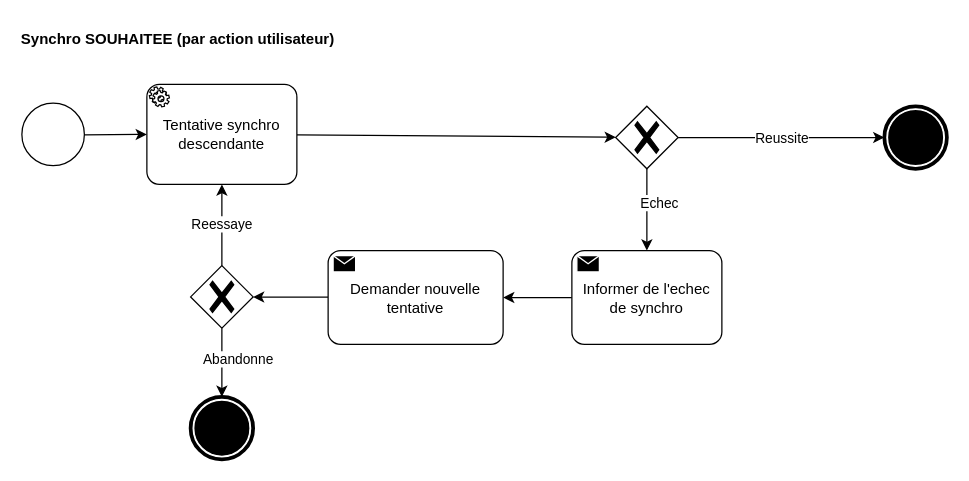
projetDansLaMontagne/Valpineta keeps this draw.io diagram as Documentation/Sous_taches/BPMN-ST-Synchro_descendante.drawio. Above is the earlier version. Source tidied: cells renumbered, new cells numbered last; positions are measured from the earlier drawing's top-left corner, leaving out a move shared by most shapes. Both pictures are drawn from the tidied source at 125%, with x=0, y=0 at pixel (21, 21).
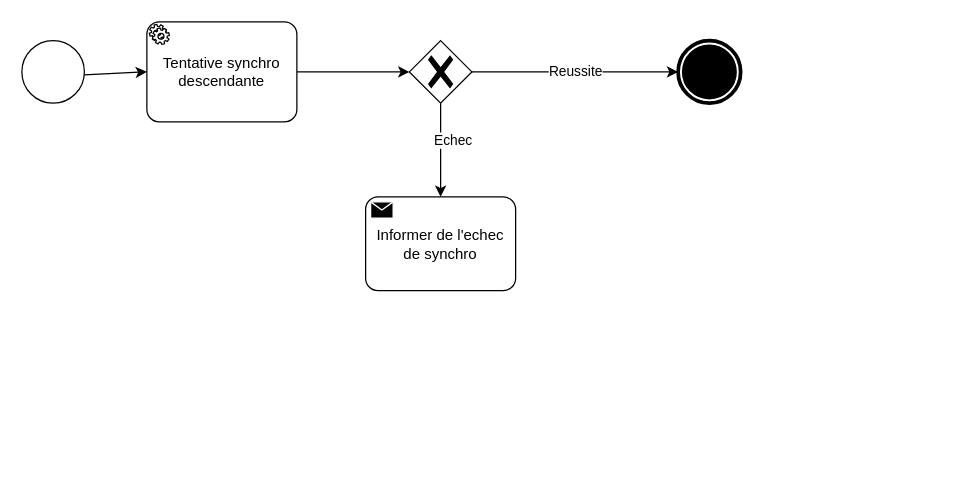
Above is the later version.

The edit, as a diff of the source:
```diff
@@
 <mxGraphModel>
   <root>
     <mxCell id="0" />
     <mxCell id="1" parent="0" />
-    <mxCell id="2" style="edgeStyle=none;html=1;" parent="1" edge="1" source="3" target="8">
-      <mxGeometry relative="1" as="geometry" />
-    </mxCell>
+    <mxCell id="18" style="edgeStyle=none;html=1;" parent="1" edge="1" source="3" target="21">
+      <mxGeometry relative="1" as="geometry" />
+    </mxCell>
     <mxCell id="3" value="Tentative synchro descendante" style="points=[[0.25,0,0],[0.5,0,0],[0.75,0,0],[1,0.25,0],[1,0.5,0],[1,0.75,0],[0.75,1,0],[0.5,1,0],[0.25,1,0],[0,0.75,0],[0,0.5,0],[0,0.25,0]];shape=mxgraph.bpmn.task;whiteSpace=wrap;rectStyle=rounded;size=10;html=1;taskMarker=service;" parent="1" vertex="1">
-      <mxGeometry x="100" y="50" width="120" height="80" as="geometry" />
+      <mxGeometry x="100" width="120" height="80" as="geometry" />
     </mxCell>
-    <mxCell id="4" style="edgeStyle=none;html=1;" parent="1" edge="1" source="5" target="3">
-      <mxGeometry relative="1" as="geometry" />
-    </mxCell>
-    <mxCell id="5" style="points=[[0.145,0.145,0],[0.5,0,0],[0.855,0.145,0],[1,0.5,0],[0.855,0.855,0],[0.5,1,0],[0.145,0.855,0],[0,0.5,0]];shape=mxgraph.bpmn.event;html=1;verticalLabelPosition=bottom;labelBackgroundColor=#ffffff;verticalAlign=top;align=center;perimeter=ellipsePerimeter;outlineConnect=0;outline=standard;symbol=general;" parent="1" vertex="1">
-      <mxGeometry y="65" width="50" height="50" as="geometry" />
-    </mxCell>
+    <mxCell id="19" style="edgeStyle=none;html=1;" parent="1" edge="1" source="20" target="3">
+      <mxGeometry relative="1" as="geometry" />
+    </mxCell>
+    <mxCell id="20" style="points=[[0.145,0.145,0],[0.5,0,0],[0.855,0.145,0],[1,0.5,0],[0.855,0.855,0],[0.5,1,0],[0.145,0.855,0],[0,0.5,0]];shape=mxgraph.bpmn.event;html=1;verticalLabelPosition=bottom;labelBackgroundColor=#ffffff;verticalAlign=top;align=center;perimeter=ellipsePerimeter;outlineConnect=0;outline=standard;symbol=general;" parent="1" vertex="1">
+      <mxGeometry y="15" width="50" height="50" as="geometry" />
+    </mxCell>
-    <mxCell id="6" value="Echec" style="edgeStyle=none;html=1;" parent="1" edge="1" source="8" target="10">
+    <mxCell id="6" value="Echec" style="edgeStyle=none;html=1;" parent="1" edge="1" source="21" target="10">
       <mxGeometry x="-0.19" y="10" relative="1" as="geometry" />
     </mxCell>
-    <mxCell id="7" value="Reussite" style="edgeStyle=none;html=1;" parent="1" edge="1" source="8" target="17">
+    <mxCell id="7" value="Reussite" style="edgeStyle=none;html=1;" parent="1" edge="1" source="21" target="22">
       <mxGeometry relative="1" as="geometry" />
     </mxCell>
-    <mxCell id="8" style="points=[[0.25,0.25,0],[0.5,0,0],[0.75,0.25,0],[1,0.5,0],[0.75,0.75,0],[0.5,1,0],[0.25,0.75,0],[0,0.5,0]];shape=mxgraph.bpmn.gateway2;html=1;verticalLabelPosition=bottom;labelBackgroundColor=#ffffff;verticalAlign=top;align=center;perimeter=rhombusPerimeter;outlineConnect=0;outline=none;symbol=none;gwType=exclusive;" parent="1" vertex="1">
-      <mxGeometry x="475" y="67.5" width="50" height="50" as="geometry" />
-    </mxCell>
-    <mxCell id="9" style="edgeStyle=none;html=1;" parent="1" edge="1" source="10" target="12">
-      <mxGeometry relative="1" as="geometry" />
-    </mxCell>
+    <mxCell id="21" style="points=[[0.25,0.25,0],[0.5,0,0],[0.75,0.25,0],[1,0.5,0],[0.75,0.75,0],[0.5,1,0],[0.25,0.75,0],[0,0.5,0]];shape=mxgraph.bpmn.gateway2;html=1;verticalLabelPosition=bottom;labelBackgroundColor=#ffffff;verticalAlign=top;align=center;perimeter=rhombusPerimeter;outlineConnect=0;outline=none;symbol=none;gwType=exclusive;" parent="1" vertex="1">
+      <mxGeometry x="310" y="15" width="50" height="50" as="geometry" />
+    </mxCell>
     <mxCell id="10" value="Informer de l'echec de synchro" style="points=[[0.25,0,0],[0.5,0,0],[0.75,0,0],[1,0.25,0],[1,0.5,0],[1,0.75,0],[0.75,1,0],[0.5,1,0],[0.25,1,0],[0,0.75,0],[0,0.5,0],[0,0.25,0]];shape=mxgraph.bpmn.task;whiteSpace=wrap;rectStyle=rounded;size=10;html=1;taskMarker=send;" parent="1" vertex="1">
-      <mxGeometry x="440" y="183" width="120" height="75" as="geometry" />
+      <mxGeometry x="275" y="140" width="120" height="75" as="geometry" />
     </mxCell>
-    <mxCell id="11" style="edgeStyle=none;html=1;" parent="1" edge="1" source="12" target="15">
-      <mxGeometry relative="1" as="geometry" />
-    </mxCell>
-    <mxCell id="12" value="Demander nouvelle tentative" style="points=[[0.25,0,0],[0.5,0,0],[0.75,0,0],[1,0.25,0],[1,0.5,0],[1,0.75,0],[0.75,1,0],[0.5,1,0],[0.25,1,0],[0,0.75,0],[0,0.5,0],[0,0.25,0]];shape=mxgraph.bpmn.task;whiteSpace=wrap;rectStyle=rounded;size=10;html=1;taskMarker=send;" parent="1" vertex="1">
-      <mxGeometry x="245" y="183" width="140" height="75" as="geometry" />
-    </mxCell>
-    <mxCell id="13" value="Reessaye" style="edgeStyle=none;html=1;" parent="1" edge="1" source="15" target="3">
-      <mxGeometry relative="1" as="geometry" />
-    </mxCell>
-    <mxCell id="14" value="Abandonne" style="edgeStyle=none;html=1;" parent="1" edge="1" source="15" target="16">
-      <mxGeometry x="-0.08" y="13" relative="1" as="geometry" />
-    </mxCell>
-    <mxCell id="15" style="points=[[0.25,0.25,0],[0.5,0,0],[0.75,0.25,0],[1,0.5,0],[0.75,0.75,0],[0.5,1,0],[0.25,0.75,0],[0,0.5,0]];shape=mxgraph.bpmn.gateway2;html=1;verticalLabelPosition=bottom;labelBackgroundColor=#ffffff;verticalAlign=top;align=center;perimeter=rhombusPerimeter;outlineConnect=0;outline=none;symbol=none;gwType=exclusive;" parent="1" vertex="1">
-      <mxGeometry x="135" y="195" width="50" height="50" as="geometry" />
-    </mxCell>
-    <mxCell id="16" style="points=[[0.145,0.145,0],[0.5,0,0],[0.855,0.145,0],[1,0.5,0],[0.855,0.855,0],[0.5,1,0],[0.145,0.855,0],[0,0.5,0]];shape=mxgraph.bpmn.event;html=1;verticalLabelPosition=bottom;labelBackgroundColor=#ffffff;verticalAlign=top;align=center;perimeter=ellipsePerimeter;outlineConnect=0;outline=end;symbol=terminate;" parent="1" vertex="1">
-      <mxGeometry x="135" y="300" width="50" height="50" as="geometry" />
-    </mxCell>
-    <mxCell id="17" style="points=[[0.145,0.145,0],[0.5,0,0],[0.855,0.145,0],[1,0.5,0],[0.855,0.855,0],[0.5,1,0],[0.145,0.855,0],[0,0.5,0]];shape=mxgraph.bpmn.event;html=1;verticalLabelPosition=bottom;labelBackgroundColor=#ffffff;verticalAlign=top;align=center;perimeter=ellipsePerimeter;outlineConnect=0;outline=end;symbol=terminate;" parent="1" vertex="1">
-      <mxGeometry x="690" y="67.5" width="50" height="50" as="geometry" />
-    </mxCell>
-    <mxCell id="18" value="Synchro SOUHAITEE (par action utilisateur)" style="text;align=center;fontStyle=1;verticalAlign=middle;spacingLeft=3;spacingRight=3;strokeColor=none;" parent="1" vertex="1">
-      <mxGeometry x="90" width="70" height="26" as="geometry" />
-    </mxCell>
+    <mxCell id="22" style="points=[[0.145,0.145,0],[0.5,0,0],[0.855,0.145,0],[1,0.5,0],[0.855,0.855,0],[0.5,1,0],[0.145,0.855,0],[0,0.5,0]];shape=mxgraph.bpmn.event;html=1;verticalLabelPosition=bottom;labelBackgroundColor=#ffffff;verticalAlign=top;align=center;perimeter=ellipsePerimeter;outlineConnect=0;outline=end;symbol=terminate;" parent="1" vertex="1">
+      <mxGeometry x="525" y="15" width="50" height="50" as="geometry" />
+    </mxCell>
   </root>
 </mxGraphModel>
```
